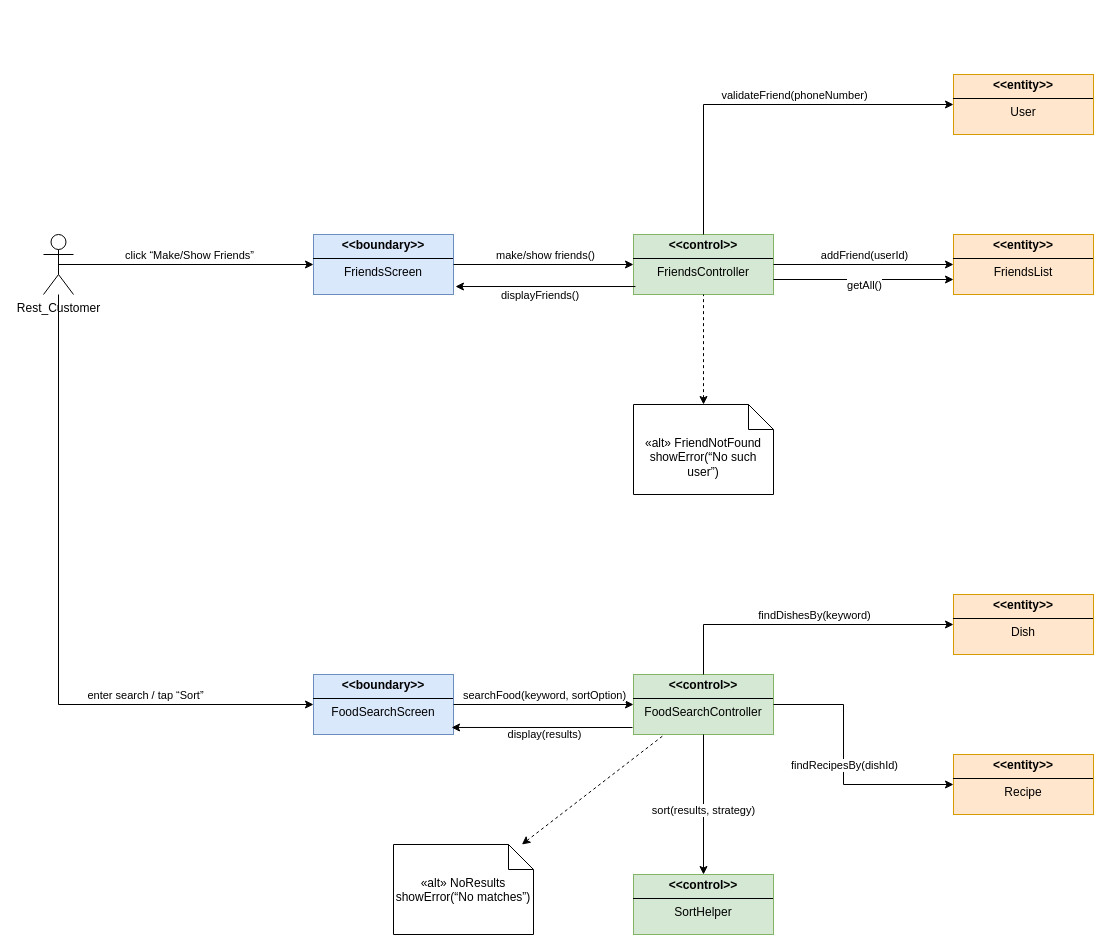
Earlier version of the draw.io diagram Robustness-Diagram-v1.0/robustness_diagram_xristos.drawio (TMCEID/SoftEngFishApp). Source tidied: cells renumbered, new cells numbered last; positions are measured from the earlier drawing's top-left corner, leaving out a move shared by most shapes. Both pictures are drawn from the tidied source at 100%, with x=0, y=0 at pixel (43, 74).
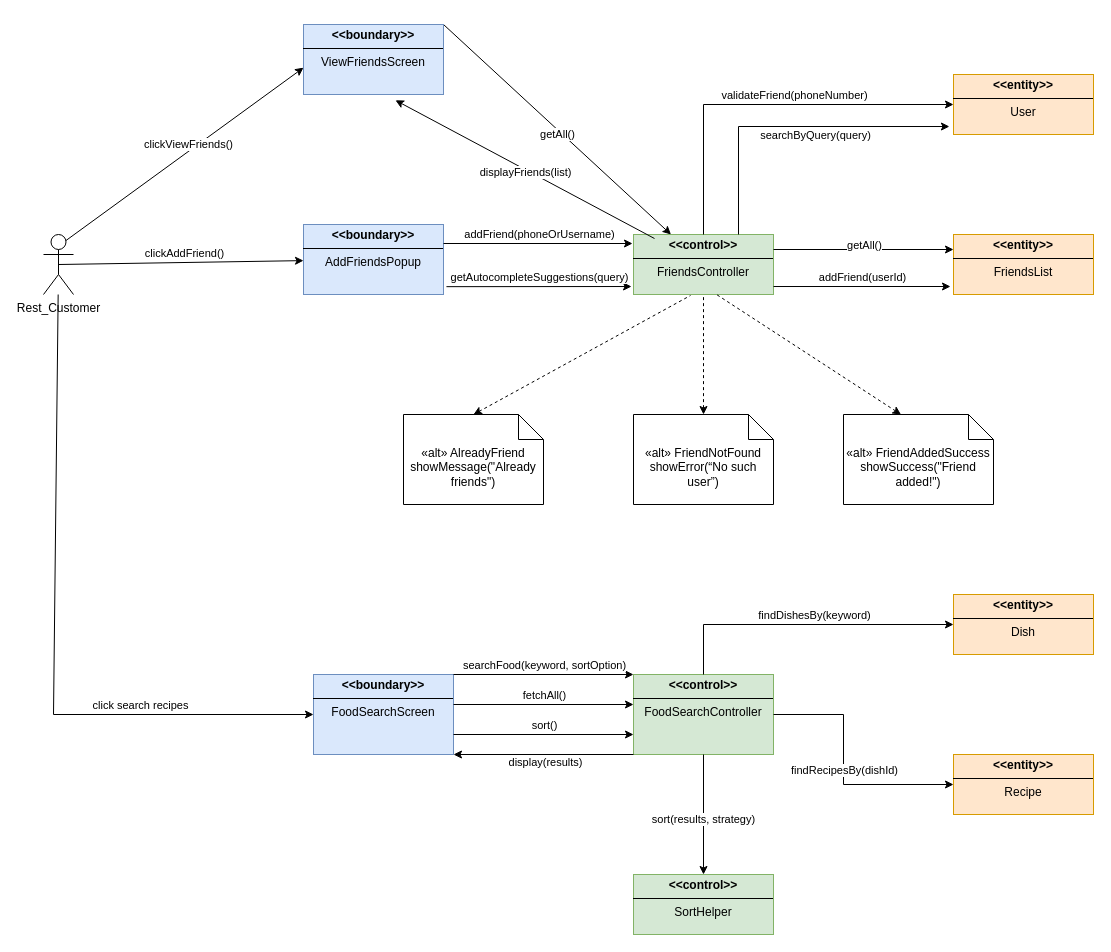
The same page after the edit.

Unchanged cells that the change refers to:
```xml
<mxCell id="2" value="Rest_Customer" style="shape=umlActor;verticalLabelPosition=bottom;verticalAlign=top;html=1;" parent="1" vertex="1">
  <mxGeometry y="160" width="30" height="60" as="geometry" />
</mxCell>
<mxCell id="4" style="endArrow=classic;html=1;rounded=0;exitX=0.5;exitY=0.5;exitDx=0;exitDy=0;exitPerimeter=0;" parent="1" edge="1" source="2" target="3">
  <mxGeometry relative="1" as="geometry" />
</mxCell>
<mxCell id="6" value="&lt;p style=&quot;margin:0px;margin-top:4px;text-align:center;&quot;&gt;&lt;b&gt;&amp;lt;&amp;lt;control&amp;gt;&amp;gt;&lt;/b&gt;&lt;/p&gt;&lt;hr size=&quot;1&quot; style=&quot;border-style:solid;&quot;&gt;&lt;div style=&quot;text-align: center; height: 2px;&quot;&gt;FriendsController&lt;/div&gt;" style="verticalAlign=top;align=left;overflow=fill;html=1;whiteSpace=wrap;fillColor=#d5e8d4;strokeColor=#82b366;" parent="1" vertex="1">
  <mxGeometry x="590" y="160" width="140" height="60" as="geometry" />
</mxCell>
<mxCell id="9" value="&lt;p style=&quot;margin:0px;margin-top:4px;text-align:center;&quot;&gt;&lt;b&gt;&amp;lt;&amp;lt;entity&amp;gt;&amp;gt;&lt;/b&gt;&lt;/p&gt;&lt;hr size=&quot;1&quot; style=&quot;border-style:solid;&quot;&gt;&lt;div style=&quot;text-align: center; height: 2px;&quot;&gt;FriendsList&lt;/div&gt;" style="verticalAlign=top;align=left;overflow=fill;html=1;whiteSpace=wrap;fillColor=#ffe6cc;strokeColor=#d79b00;" parent="1" vertex="1">
  <mxGeometry x="910" y="160" width="140" height="60" as="geometry" />
</mxCell>
<mxCell id="12" value="&lt;p style=&quot;margin:0px;margin-top:4px;text-align:center;&quot;&gt;&lt;b&gt;&amp;lt;&amp;lt;entity&amp;gt;&amp;gt;&lt;/b&gt;&lt;/p&gt;&lt;hr size=&quot;1&quot; style=&quot;border-style:solid;&quot;&gt;&lt;div style=&quot;text-align: center; height: 2px;&quot;&gt;User&lt;/div&gt;" style="verticalAlign=top;align=left;overflow=fill;html=1;whiteSpace=wrap;fillColor=#ffe6cc;strokeColor=#d79b00;" parent="1" vertex="1">
  <mxGeometry x="910" width="140" height="60" as="geometry" />
</mxCell>
<mxCell id="24" value="&lt;p style=&quot;margin:0px;margin-top:4px;text-align:center;&quot;&gt;&lt;b&gt;&amp;lt;&amp;lt;entity&amp;gt;&amp;gt;&lt;/b&gt;&lt;/p&gt;&lt;hr size=&quot;1&quot; style=&quot;border-style:solid;&quot;&gt;&lt;div style=&quot;text-align: center; height: 2px;&quot;&gt;Recipe&lt;/div&gt;" style="verticalAlign=top;align=left;overflow=fill;html=1;whiteSpace=wrap;fillColor=#ffe6cc;strokeColor=#d79b00;" parent="1" vertex="1">
  <mxGeometry x="910" y="680" width="140" height="60" as="geometry" />
</mxCell>
```

The edit, as a diff of the source:
```diff
@@
-    <mxCell id="3" value="&lt;p style=&quot;margin:0px;margin-top:4px;text-align:center;&quot;&gt;&lt;b&gt;&amp;lt;&amp;lt;boundary&amp;gt;&amp;gt;&lt;/b&gt;&lt;/p&gt;&lt;hr size=&quot;1&quot; style=&quot;border-style:solid;&quot;&gt;&lt;div style=&quot;text-align: center; height: 2px;&quot;&gt;FriendsScreen&lt;/div&gt;" style="verticalAlign=top;align=left;overflow=fill;html=1;whiteSpace=wrap;fillColor=#dae8fc;strokeColor=#6c8ebf;" parent="1" vertex="1">
-      <mxGeometry x="270" y="160" width="140" height="60" as="geometry" />
+    <mxCell id="3" value="&lt;p style=&quot;margin:0px;margin-top:4px;text-align:center;&quot;&gt;&lt;b&gt;&amp;lt;&amp;lt;boundary&amp;gt;&amp;gt;&lt;/b&gt;&lt;/p&gt;&lt;hr size=&quot;1&quot; style=&quot;border-style:solid;&quot;&gt;&lt;div style=&quot;text-align: center; height: 2px;&quot;&gt;AddFriendsPopup&lt;/div&gt;&lt;div style=&quot;text-align: center; height: 2px;&quot;&gt;&lt;br&gt;&lt;/div&gt;&lt;div style=&quot;text-align: center; height: 2px;&quot;&gt;&lt;br&gt;&lt;/div&gt;&lt;div style=&quot;text-align: center; height: 2px;&quot;&gt;&lt;br&gt;&lt;/div&gt;&lt;div style=&quot;text-align: center; height: 2px;&quot;&gt;&lt;br&gt;&lt;/div&gt;&lt;div style=&quot;text-align: center; height: 2px;&quot;&gt;&lt;br&gt;&lt;/div&gt;&lt;div style=&quot;text-align: center; height: 2px;&quot;&gt;&lt;br&gt;&lt;/div&gt;" style="verticalAlign=top;align=left;overflow=fill;html=1;whiteSpace=wrap;fillColor=#dae8fc;strokeColor=#6c8ebf;" parent="1" vertex="1">
+      <mxGeometry x="260" y="150" width="140" height="70" as="geometry" />
     </mxCell>
@@
-    <mxCell id="5" value="click “Make/Show Friends”" style="edgeLabel;html=1;align=center;verticalAlign=middle;" parent="4" vertex="1">
+    <mxCell id="5" value="clickAddFriend()" style="edgeLabel;html=1;align=center;verticalAlign=middle;" parent="4" vertex="1">
       <mxGeometry y="-2" relative="1" as="geometry">
         <mxPoint x="2" y="-12" as="offset" />
       </mxGeometry>
     </mxCell>
@@
-    <mxCell id="7" style="endArrow=classic;html=1;rounded=0;" parent="1" edge="1" source="3" target="6">
-      <mxGeometry relative="1" as="geometry" />
+    <mxCell id="7" style="endArrow=classic;html=1;rounded=0;entryX=-0.007;entryY=0.15;entryDx=0;entryDy=0;entryPerimeter=0;" parent="1" edge="1" target="6">
+      <mxGeometry relative="1" as="geometry">
+        <mxPoint x="400" y="169" as="sourcePoint" />
+      </mxGeometry>
     </mxCell>
-    <mxCell id="8" value="make/show friends()" style="edgeLabel;html=1;align=center;verticalAlign=middle;" parent="7" vertex="1">
+    <mxCell id="8" value="addFriend(phoneOrUsername)" style="edgeLabel;html=1;align=center;verticalAlign=middle;" parent="7" vertex="1">
       <mxGeometry x="0.01" y="-3" relative="1" as="geometry">
         <mxPoint y="-13" as="offset" />
       </mxGeometry>
     </mxCell>
@@
-    <mxCell id="10" style="endArrow=classic;html=1;rounded=0;" parent="1" edge="1" source="6" target="9">
-      <mxGeometry relative="1" as="geometry" />
+    <mxCell id="10" style="endArrow=classic;html=1;rounded=0;exitX=1;exitY=0.867;exitDx=0;exitDy=0;exitPerimeter=0;" parent="1" edge="1" source="6">
+      <mxGeometry relative="1" as="geometry">
+        <mxPoint x="907" y="212" as="targetPoint" />
+      </mxGeometry>
     </mxCell>
@@
     <mxCell id="15" value="&lt;div&gt;«alt» FriendNotFound&lt;/div&gt;&lt;div&gt;showError(“No such user”)&lt;/div&gt;" style="shape=note2;boundedLbl=1;whiteSpace=wrap;html=1;size=25;verticalAlign=top;align=center;" parent="1" vertex="1">
-      <mxGeometry x="590" y="330" width="140" height="90" as="geometry" />
+      <mxGeometry x="590" y="340" width="140" height="90" as="geometry" />
     </mxCell>
@@
     <mxCell id="17" value="&lt;p style=&quot;margin:0px;margin-top:4px;text-align:center;&quot;&gt;&lt;b&gt;&amp;lt;&amp;lt;boundary&amp;gt;&amp;gt;&lt;/b&gt;&lt;/p&gt;&lt;hr size=&quot;1&quot; style=&quot;border-style:solid;&quot;&gt;&lt;div style=&quot;text-align: center; height: 2px;&quot;&gt;FoodSearchScreen&lt;/div&gt;" style="verticalAlign=top;align=left;overflow=fill;html=1;whiteSpace=wrap;fillColor=#dae8fc;strokeColor=#6c8ebf;" parent="1" vertex="1">
-      <mxGeometry x="270" y="600" width="140" height="60" as="geometry" />
+      <mxGeometry x="270" y="600" width="140" height="80" as="geometry" />
     </mxCell>
     <mxCell id="18" style="endArrow=classic;html=1;rounded=0;" parent="1" edge="1" source="2" target="17">
       <mxGeometry relative="1" as="geometry">
         <Array as="points">
-          <mxPoint x="15" y="630" />
+          <mxPoint x="10" y="640" />
         </Array>
       </mxGeometry>
     </mxCell>
-    <mxCell id="19" value="enter search / tap “Sort”" style="edgeLabel;html=1;align=center;verticalAlign=middle;" parent="18" vertex="1">
+    <mxCell id="19" value="click search recipes" style="edgeLabel;html=1;align=center;verticalAlign=middle;" parent="18" vertex="1">
       <mxGeometry x="0.46" relative="1" as="geometry">
         <mxPoint x="11" y="-10" as="offset" />
       </mxGeometry>
     </mxCell>
     <mxCell id="20" value="&lt;p style=&quot;margin:0px;margin-top:4px;text-align:center;&quot;&gt;&lt;b&gt;&amp;lt;&amp;lt;control&amp;gt;&amp;gt;&lt;/b&gt;&lt;/p&gt;&lt;hr size=&quot;1&quot; style=&quot;border-style:solid;&quot;&gt;&lt;div style=&quot;text-align: center; height: 2px;&quot;&gt;FoodSearchController&lt;/div&gt;" style="verticalAlign=top;align=left;overflow=fill;html=1;whiteSpace=wrap;fillColor=#d5e8d4;strokeColor=#82b366;" parent="1" vertex="1">
-      <mxGeometry x="590" y="600" width="140" height="60" as="geometry" />
+      <mxGeometry x="590" y="600" width="140" height="80" as="geometry" />
     </mxCell>
-    <mxCell id="21" style="endArrow=classic;html=1;rounded=0;" parent="1" edge="1" source="17" target="20">
+    <mxCell id="21" style="endArrow=classic;html=1;rounded=0;exitX=1;exitY=0;exitDx=0;exitDy=0;entryX=0;entryY=0;entryDx=0;entryDy=0;" parent="1" edge="1" source="17" target="20">
       <mxGeometry relative="1" as="geometry" />
     </mxCell>
@@
     <mxCell id="27" style="endArrow=classic;html=1;rounded=0;" parent="1" edge="1" source="20" target="24">
       <mxGeometry relative="1" as="geometry">
         <Array as="points">
-          <mxPoint x="800" y="630" />
+          <mxPoint x="800" y="640" />
           <mxPoint x="800" y="710" />
         </Array>
       </mxGeometry>
     </mxCell>
@@
-    <mxCell id="32" value="&lt;div&gt;«alt» NoResults&lt;/div&gt;&lt;div&gt;showError(“No matches”)&lt;/div&gt;" style="shape=note2;boundedLbl=1;whiteSpace=wrap;html=1;size=25;verticalAlign=top;align=center;" parent="1" vertex="1">
-      <mxGeometry x="350" y="770" width="140" height="90" as="geometry" />
-    </mxCell>
-    <mxCell id="33" style="endArrow=none;dashed=1;html=1;rounded=0;strokeColor=default;startArrow=classic;startFill=1;" parent="1" edge="1" source="32" target="20">
-      <mxGeometry relative="1" as="geometry" />
-    </mxCell>
-    <mxCell id="34" style="endArrow=classic;html=1;rounded=0;exitX=0.014;exitY=0.867;exitDx=0;exitDy=0;entryX=1.014;entryY=0.867;entryDx=0;entryDy=0;exitPerimeter=0;entryPerimeter=0;" parent="1" edge="1" source="6" target="3">
-      <mxGeometry relative="1" as="geometry" />
-    </mxCell>
-    <mxCell id="35" value="&amp;nbsp;displayFriends()" style="edgeLabel;html=1;align=center;verticalAlign=middle;" parent="34" vertex="1">
-      <mxGeometry x="0.08" y="2" relative="1" as="geometry">
-        <mxPoint y="6" as="offset" />
-      </mxGeometry>
-    </mxCell>
-    <mxCell id="36" style="endArrow=classic;html=1;rounded=0;entryX=0.986;entryY=0.883;entryDx=0;entryDy=0;entryPerimeter=0;" parent="1" edge="1" target="17">
-      <mxGeometry relative="1" as="geometry">
-        <mxPoint x="589" y="653" as="sourcePoint" />
-      </mxGeometry>
+    <mxCell id="36" style="endArrow=classic;html=1;rounded=0;entryX=1;entryY=1;entryDx=0;entryDy=0;exitX=0;exitY=1;exitDx=0;exitDy=0;" parent="1" edge="1" source="20" target="17">
+      <mxGeometry relative="1" as="geometry" />
     </mxCell>
@@
-    <mxCell id="38" style="endArrow=classic;html=1;rounded=0;exitX=1;exitY=0.75;exitDx=0;exitDy=0;entryX=0;entryY=0.75;entryDx=0;entryDy=0;" parent="1" edge="1" source="6" target="9">
+    <mxCell id="38" style="endArrow=classic;html=1;rounded=0;exitX=1;exitY=0;exitDx=0;exitDy=0;" parent="1" edge="1" source="42" target="6">
       <mxGeometry relative="1" as="geometry" />
     </mxCell>
@@
+    <mxCell id="40" style="endArrow=classic;html=1;rounded=0;entryX=0;entryY=0.617;entryDx=0;entryDy=0;entryPerimeter=0;exitX=0.75;exitY=0.1;exitDx=0;exitDy=0;exitPerimeter=0;" parent="1" edge="1" source="2" target="42">
+      <mxGeometry relative="1" as="geometry" />
+    </mxCell>
+    <mxCell id="41" value="clickViewFriends()" style="edgeLabel;html=1;align=center;verticalAlign=middle;" parent="40" vertex="1">
+      <mxGeometry y="-2" relative="1" as="geometry">
+        <mxPoint x="2" y="-12" as="offset" />
+      </mxGeometry>
+    </mxCell>
+    <mxCell id="42" value="&lt;p style=&quot;margin:0px;margin-top:4px;text-align:center;&quot;&gt;&lt;b&gt;&amp;lt;&amp;lt;boundary&amp;gt;&amp;gt;&lt;/b&gt;&lt;/p&gt;&lt;hr size=&quot;1&quot; style=&quot;border-style:solid;&quot;&gt;&lt;div style=&quot;text-align: center; height: 2px;&quot;&gt;ViewFriendsScreen&lt;/div&gt;&lt;div style=&quot;text-align: center; height: 2px;&quot;&gt;&lt;br&gt;&lt;/div&gt;&lt;div style=&quot;text-align: center; height: 2px;&quot;&gt;&lt;br&gt;&lt;/div&gt;&lt;div style=&quot;text-align: center; height: 2px;&quot;&gt;&lt;br&gt;&lt;/div&gt;&lt;div style=&quot;text-align: center; height: 2px;&quot;&gt;&lt;br&gt;&lt;/div&gt;&lt;div style=&quot;text-align: center; height: 2px;&quot;&gt;&lt;br&gt;&lt;/div&gt;&lt;div style=&quot;text-align: center; height: 2px;&quot;&gt;&lt;br&gt;&lt;/div&gt;&lt;div style=&quot;text-align: center; height: 2px;&quot;&gt;&lt;br&gt;&lt;/div&gt;&lt;div style=&quot;text-align: center; height: 2px;&quot;&gt;&lt;br&gt;&lt;/div&gt;&lt;div style=&quot;text-align: center; height: 2px;&quot;&gt;&lt;br&gt;&lt;/div&gt;&lt;div style=&quot;text-align: center; height: 2px;&quot;&gt;&lt;br&gt;&lt;/div&gt;&lt;div style=&quot;text-align: center; height: 2px;&quot;&gt;&lt;br&gt;&lt;/div&gt;&lt;div style=&quot;text-align: center; height: 2px;&quot;&gt;&lt;br&gt;&lt;/div&gt;&lt;div style=&quot;text-align: center; height: 2px;&quot;&gt;&lt;br&gt;&lt;/div&gt;" style="verticalAlign=top;align=left;overflow=fill;html=1;whiteSpace=wrap;fillColor=#dae8fc;strokeColor=#6c8ebf;" parent="1" vertex="1">
+      <mxGeometry x="260" y="-50" width="140" height="70" as="geometry" />
+    </mxCell>
+    <mxCell id="43" style="endArrow=classic;html=1;rounded=0;exitX=0.15;exitY=0.067;exitDx=0;exitDy=0;exitPerimeter=0;entryX=0.657;entryY=1.083;entryDx=0;entryDy=0;entryPerimeter=0;" parent="1" edge="1" source="6" target="42">
+      <mxGeometry relative="1" as="geometry" />
+    </mxCell>
+    <mxCell id="44" value="displayFriends(list)" style="edgeLabel;html=1;align=center;verticalAlign=middle;" parent="43" vertex="1">
+      <mxGeometry y="-1" relative="1" as="geometry">
+        <mxPoint y="4" as="offset" />
+      </mxGeometry>
+    </mxCell>
+    <mxCell id="45" value="&lt;div&gt;«alt» AlreadyFriend&lt;/div&gt;&lt;div&gt;showMessage(&quot;Already friends&quot;)&lt;/div&gt;" style="shape=note2;boundedLbl=1;whiteSpace=wrap;html=1;size=25;verticalAlign=top;align=center;" parent="1" vertex="1">
+      <mxGeometry x="360" y="340" width="140" height="90" as="geometry" />
+    </mxCell>
+    <mxCell id="46" value="&lt;div&gt;«alt» FriendAddedSuccess&lt;/div&gt;&lt;div&gt;showSuccess(&quot;Friend added!&quot;)&lt;/div&gt;" style="shape=note2;boundedLbl=1;whiteSpace=wrap;html=1;size=25;verticalAlign=top;align=center;" parent="1" vertex="1">
+      <mxGeometry x="800" y="340" width="150" height="90" as="geometry" />
+    </mxCell>
+    <mxCell id="47" style="endArrow=none;dashed=1;html=1;rounded=0;strokeColor=default;startArrow=classic;startFill=1;exitX=0.5;exitY=0;exitDx=0;exitDy=0;exitPerimeter=0;entryX=0.407;entryY=1.017;entryDx=0;entryDy=0;entryPerimeter=0;" parent="1" edge="1" source="45" target="6">
+      <mxGeometry relative="1" as="geometry" />
+    </mxCell>
+    <mxCell id="48" style="endArrow=none;dashed=1;html=1;rounded=0;strokeColor=default;startArrow=classic;startFill=1;exitX=0;exitY=0;exitDx=57.5;exitDy=0;exitPerimeter=0;entryX=0.593;entryY=1;entryDx=0;entryDy=0;entryPerimeter=0;" parent="1" edge="1" source="46" target="6">
+      <mxGeometry relative="1" as="geometry" />
+    </mxCell>
+    <mxCell id="49" style="endArrow=classic;html=1;rounded=0;exitX=1;exitY=0.25;exitDx=0;exitDy=0;entryX=0;entryY=0.25;entryDx=0;entryDy=0;" parent="1" edge="1" source="6" target="9">
+      <mxGeometry relative="1" as="geometry" />
+    </mxCell>
+    <mxCell id="50" value="getAll()" style="edgeLabel;html=1;align=center;verticalAlign=middle;" parent="49" vertex="1">
+      <mxGeometry y="-1" relative="1" as="geometry">
+        <mxPoint y="-6" as="offset" />
+      </mxGeometry>
+    </mxCell>
+    <mxCell id="51" style="endArrow=classic;html=1;rounded=0;exitX=1.021;exitY=0.888;exitDx=0;exitDy=0;entryX=-0.014;entryY=0.867;entryDx=0;entryDy=0;exitPerimeter=0;entryPerimeter=0;" parent="1" edge="1" source="3" target="6">
+      <mxGeometry relative="1" as="geometry" />
+    </mxCell>
+    <mxCell id="52" value="getAutocompleteSuggestions(query)" style="edgeLabel;html=1;align=center;verticalAlign=middle;" parent="51" vertex="1">
+      <mxGeometry x="0.01" y="-3" relative="1" as="geometry">
+        <mxPoint y="-13" as="offset" />
+      </mxGeometry>
+    </mxCell>
+    <mxCell id="53" style="endArrow=classic;html=1;rounded=0;exitX=0.75;exitY=0;exitDx=0;exitDy=0;entryX=-0.029;entryY=0.867;entryDx=0;entryDy=0;entryPerimeter=0;" parent="1" edge="1" source="6" target="12">
+      <mxGeometry relative="1" as="geometry">
+        <Array as="points">
+          <mxPoint x="695" y="52" />
+        </Array>
+      </mxGeometry>
+    </mxCell>
+    <mxCell id="54" value="searchByQuery(query)" style="edgeLabel;html=1;align=center;verticalAlign=middle;" parent="53" vertex="1">
+      <mxGeometry x="0.14" relative="1" as="geometry">
+        <mxPoint x="3" y="8" as="offset" />
+      </mxGeometry>
+    </mxCell>
+    <mxCell id="55" style="endArrow=classic;html=1;rounded=0;exitX=1;exitY=0.375;exitDx=0;exitDy=0;exitPerimeter=0;" parent="1" edge="1" source="17">
+      <mxGeometry relative="1" as="geometry">
+        <mxPoint x="590" y="630" as="targetPoint" />
+      </mxGeometry>
+    </mxCell>
+    <mxCell id="56" value="fetchAll()" style="edgeLabel;html=1;align=center;verticalAlign=middle;" parent="55" vertex="1">
+      <mxGeometry x="-0.04" y="1" relative="1" as="geometry">
+        <mxPoint x="4" y="-9" as="offset" />
+      </mxGeometry>
+    </mxCell>
+    <mxCell id="57" style="endArrow=classic;html=1;rounded=0;exitX=1;exitY=0.75;exitDx=0;exitDy=0;" parent="1" edge="1" source="17">
+      <mxGeometry relative="1" as="geometry">
+        <mxPoint x="590" y="660" as="targetPoint" />
+      </mxGeometry>
+    </mxCell>
+    <mxCell id="58" value="sort()" style="edgeLabel;html=1;align=center;verticalAlign=middle;" parent="57" vertex="1">
+      <mxGeometry x="-0.04" y="1" relative="1" as="geometry">
+        <mxPoint x="4" y="-9" as="offset" />
+      </mxGeometry>
+    </mxCell>
```
